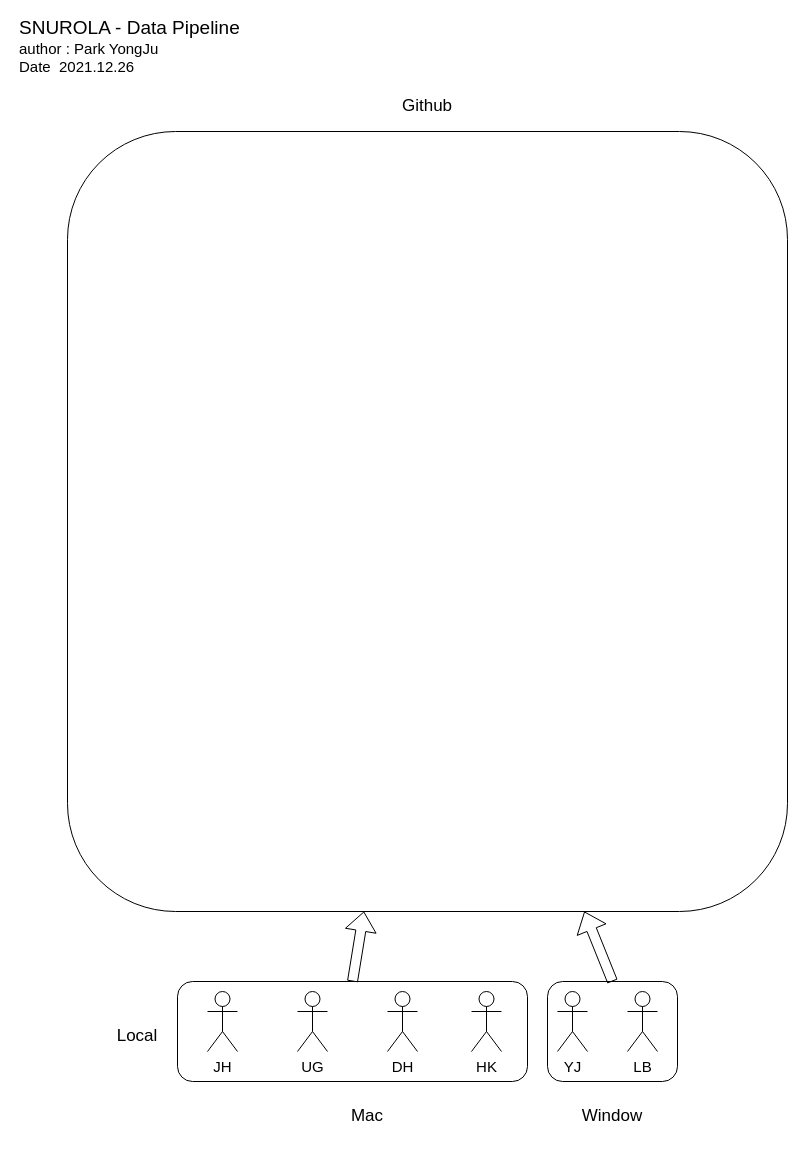
This is Untitled Diagram.drawio from tomatozoo/DataStructure_2021_winter, a draw.io file, before an edit. Source tidied: cells renumbered, new cells numbered last; positions are measured from the earlier drawing's top-left corner, leaving out a move shared by most shapes. Both pictures are drawn from the tidied source at 100%, with x=0, y=0 at pixel (17, 31).
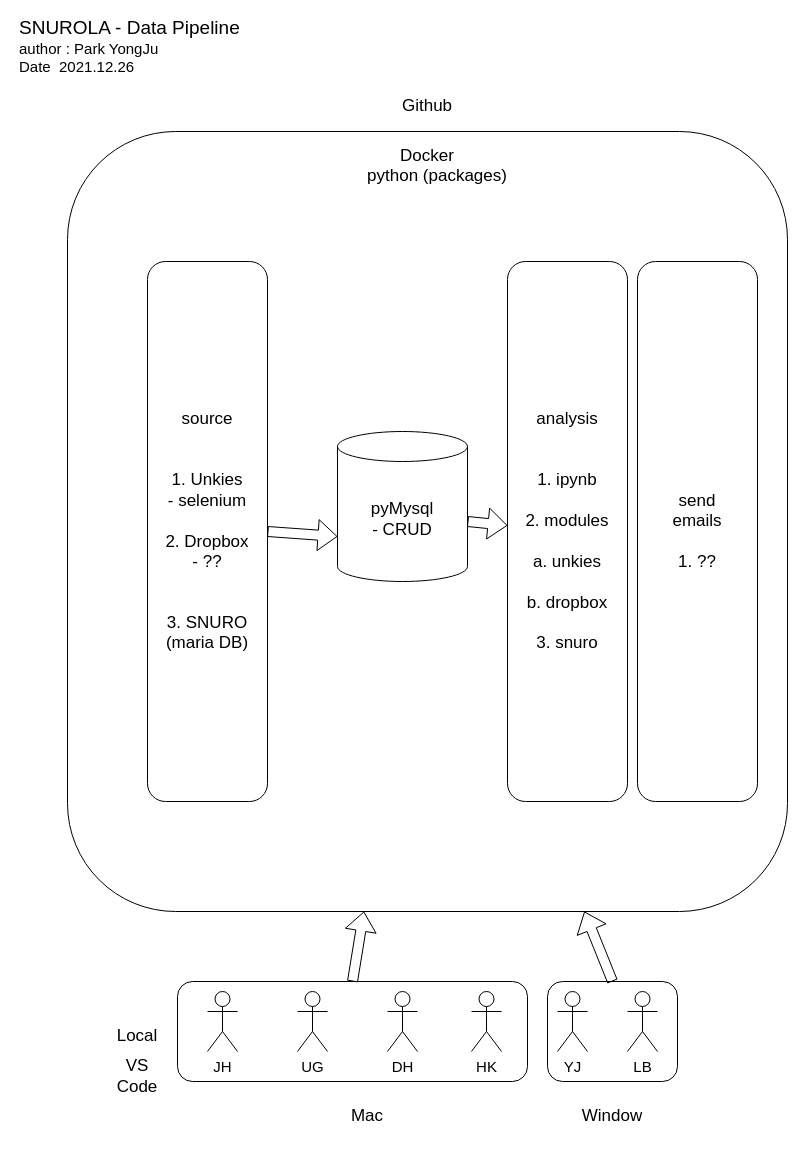
The same diagram, later.

Diff of the diagram source:
```diff
@@
+    <mxCell id="18" value="&lt;span style=&quot;font-size: 17px&quot;&gt;Docker&lt;br&gt;&lt;/span&gt;" style="text;html=1;strokeColor=none;fillColor=none;align=center;verticalAlign=middle;whiteSpace=wrap;rounded=0;fontSize=15;" parent="1" vertex="1">
+      <mxGeometry x="380" y="110" width="60" height="30" as="geometry" />
+    </mxCell>
+    <mxCell id="19" value="&lt;span style=&quot;font-size: 17px&quot;&gt;python&amp;nbsp;(packages)&lt;br&gt;&lt;br&gt;&lt;br&gt;&lt;/span&gt;" style="text;html=1;strokeColor=none;fillColor=none;align=center;verticalAlign=middle;whiteSpace=wrap;rounded=0;fontSize=15;" parent="1" vertex="1">
+      <mxGeometry x="390" y="150" width="60" height="30" as="geometry" />
+    </mxCell>
+    <mxCell id="20" value="source&lt;br&gt;&lt;br&gt;&lt;br&gt;1. Unkies&lt;br&gt;- selenium&lt;br&gt;&lt;br&gt;2. Dropbox&lt;br&gt;- ??&lt;br&gt;&lt;br&gt;&lt;br&gt;3. SNURO&lt;br&gt;(maria DB)" style="rounded=1;whiteSpace=wrap;html=1;fontSize=17;fillColor=none;glass=1;" parent="1" vertex="1">
+      <mxGeometry x="130" y="230" width="120" height="540" as="geometry" />
+    </mxCell>
+    <mxCell id="21" value="analysis&lt;br&gt;&lt;br&gt;&lt;br&gt;1. ipynb&lt;br&gt;&lt;br&gt;2. modules&lt;br&gt;&lt;br&gt;a. unkies&lt;br&gt;&lt;br&gt;b. dropbox&lt;br&gt;&lt;br&gt;3. snuro" style="rounded=1;whiteSpace=wrap;html=1;fontSize=17;fillColor=none;" parent="1" vertex="1">
+      <mxGeometry x="490" y="230" width="120" height="540" as="geometry" />
+    </mxCell>
+    <mxCell id="22" value="send&lt;br&gt;emails&lt;br&gt;&lt;br&gt;1. ??" style="rounded=1;whiteSpace=wrap;html=1;fontSize=17;fillColor=none;" parent="1" vertex="1">
+      <mxGeometry x="620" y="230" width="120" height="540" as="geometry" />
+    </mxCell>
+    <mxCell id="23" value="pyMysql&lt;br&gt;- CRUD" style="shape=cylinder3;whiteSpace=wrap;html=1;boundedLbl=1;backgroundOutline=1;size=15;glass=1;fontSize=17;fillColor=none;" parent="1" vertex="1">
+      <mxGeometry x="320" y="400" width="130" height="150" as="geometry" />
+    </mxCell>
+    <mxCell id="24" style="shape=flexArrow;endArrow=classic;html=1;rounded=0;fontSize=17;exitX=1;exitY=0.5;exitDx=0;exitDy=0;entryX=0;entryY=0;entryDx=0;entryDy=105;entryPerimeter=0;" parent="1" edge="1" source="20" target="23">
+      <mxGeometry relative="1" as="geometry" />
+    </mxCell>
+    <mxCell id="25" style="shape=flexArrow;endArrow=classic;html=1;rounded=0;fontSize=17;" parent="1" edge="1" target="21">
+      <mxGeometry relative="1" as="geometry">
+        <mxPoint x="450" y="490" as="sourcePoint" />
+      </mxGeometry>
+    </mxCell>
+    <mxCell id="26" value="&lt;span style=&quot;font-size: 17px&quot;&gt;VS Code&lt;/span&gt;" style="text;html=1;strokeColor=none;fillColor=none;align=center;verticalAlign=middle;whiteSpace=wrap;rounded=0;fontSize=15;" parent="1" vertex="1">
+      <mxGeometry x="90" y="1030" width="60" height="30" as="geometry" />
+    </mxCell>
```
